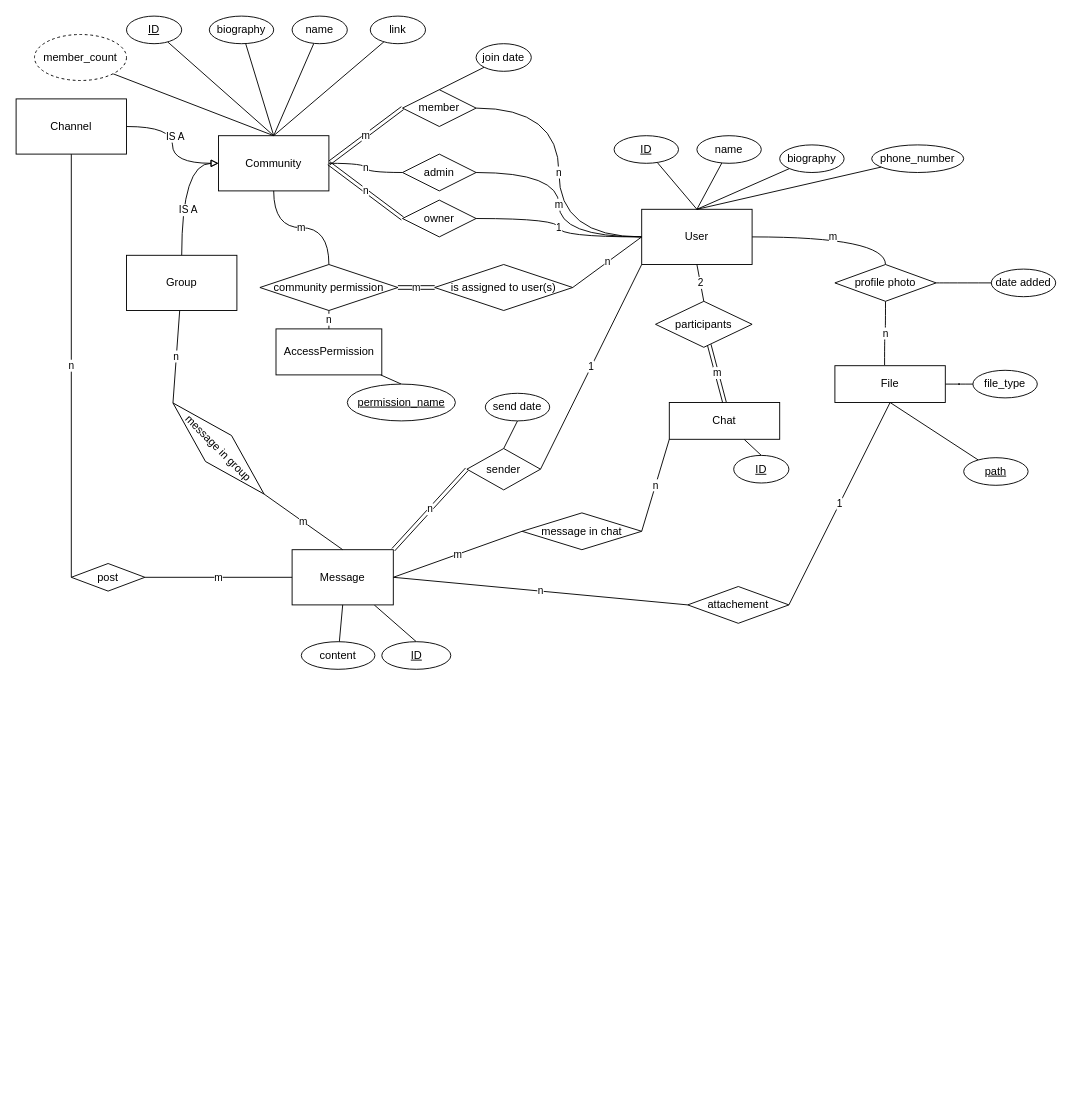
Earlier version of the draw.io diagram ER.drawio (MohsenDehghankar/db-project). Source tidied: cells renumbered, new cells numbered last; positions are measured from the earlier drawing's top-left corner, leaving out a move shared by most shapes. Both pictures are drawn from the tidied source at 92%, with x=0, y=0 at pixel (16, 16).
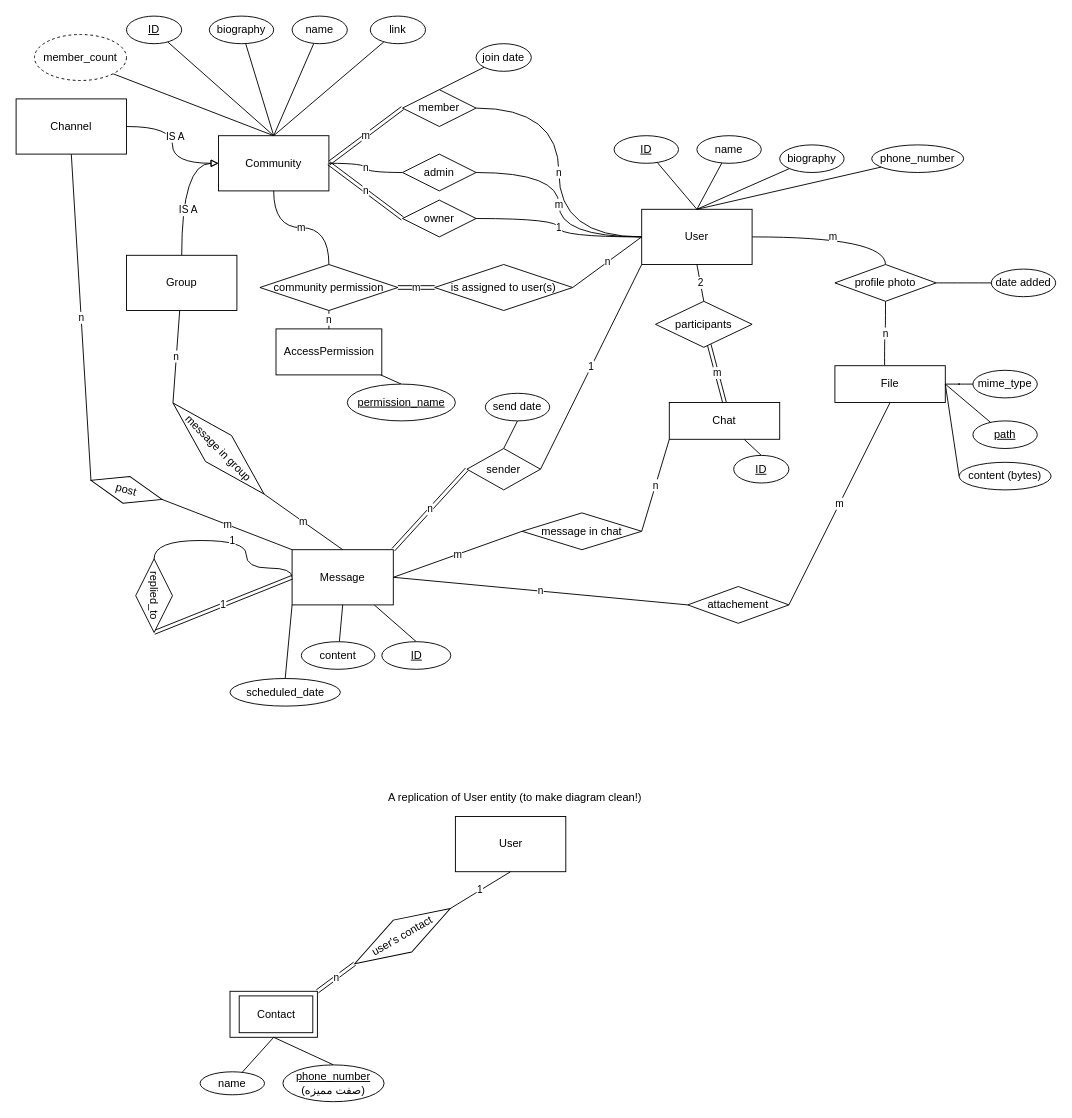
The same diagram, later.

Commit message:
mohsen finished

Unchanged cells that the change refers to:
```xml
<mxCell id="13" value="Message" style="rounded=0;whiteSpace=wrap;html=1;" parent="1" vertex="1">
  <mxGeometry x="300" y="580" width="110" height="60" as="geometry" />
</mxCell>
<mxCell id="18" value="File" style="rounded=0;whiteSpace=wrap;html=1;" parent="1" vertex="1">
  <mxGeometry x="890" y="380" width="120" height="40" as="geometry" />
</mxCell>
<mxCell id="74" value="attachement" style="rhombus;whiteSpace=wrap;html=1;" parent="1" vertex="1">
  <mxGeometry x="730" y="620" width="110" height="40" as="geometry" />
</mxCell>
```

Diff of the diagram source:
```diff
@@
+    <mxCell id="86" style="edgeStyle=none;jettySize=auto;html=1;exitX=0;exitY=1;exitDx=0;exitDy=0;entryX=0.5;entryY=0;entryDx=0;entryDy=0;startArrow=none;startFill=0;endArrow=none;endFill=0;strokeColor=#000000;" parent="1" edge="1" source="13" target="101">
+      <mxGeometry relative="1" as="geometry" />
+    </mxCell>
+    <mxCell id="87" value="1" style="edgeStyle=orthogonalEdgeStyle;jettySize=auto;html=1;exitX=0;exitY=0.5;exitDx=0;exitDy=0;entryX=0;entryY=0.5;entryDx=0;entryDy=0;startArrow=none;startFill=0;endArrow=none;endFill=0;strokeColor=#000000;curved=1;" parent="1" edge="1" source="13" target="103">
+      <mxGeometry relative="1" as="geometry">
+        <Array as="points">
+          <mxPoint x="300" y="600" />
+          <mxPoint x="250" y="600" />
+          <mxPoint x="250" y="570" />
+          <mxPoint x="150" y="570" />
+        </Array>
+      </mxGeometry>
+    </mxCell>
@@
-    <mxCell id="17" value="1" style="jettySize=auto;html=1;exitX=0.5;exitY=1;exitDx=0;exitDy=0;entryX=1;entryY=0.5;entryDx=0;entryDy=0;startArrow=none;startFill=0;endArrow=none;endFill=0;strokeColor=#000000;" parent="1" edge="1" source="18" target="74">
+    <mxCell id="17" value="m" style="jettySize=auto;html=1;exitX=0.5;exitY=1;exitDx=0;exitDy=0;entryX=1;entryY=0.5;entryDx=0;entryDy=0;startArrow=none;startFill=0;endArrow=none;endFill=0;strokeColor=#000000;" parent="1" edge="1" source="18" target="74">
       <mxGeometry relative="1" as="geometry" />
     </mxCell>
@@
-    <mxCell id="57" value="file_type" style="ellipse;whiteSpace=wrap;html=1;" parent="1" vertex="1">
+    <mxCell id="57" value="mime_type" style="ellipse;whiteSpace=wrap;html=1;" parent="1" vertex="1">
       <mxGeometry x="1040" y="385" width="70" height="30" as="geometry" />
     </mxCell>
-    <mxCell id="58" style="edgeStyle=none;jettySize=auto;html=1;entryX=0.5;entryY=1;entryDx=0;entryDy=0;startArrow=none;startFill=0;endArrow=none;endFill=0;strokeColor=#000000;" parent="1" edge="1" source="59" target="18">
+    <mxCell id="58" style="edgeStyle=none;jettySize=auto;html=1;entryX=1;entryY=0.5;entryDx=0;entryDy=0;startArrow=none;startFill=0;endArrow=none;endFill=0;strokeColor=#000000;" parent="1" edge="1" source="59" target="18">
       <mxGeometry relative="1" as="geometry" />
     </mxCell>
     <mxCell id="59" value="&lt;u&gt;path&lt;/u&gt;" style="ellipse;whiteSpace=wrap;html=1;" parent="1" vertex="1">
-      <mxGeometry x="1030" y="480" width="70" height="30" as="geometry" />
+      <mxGeometry x="1040" y="440" width="70" height="30" as="geometry" />
     </mxCell>
@@
-    <mxCell id="75" value="m" style="edgeStyle=none;jettySize=auto;html=1;entryX=0;entryY=0.5;entryDx=0;entryDy=0;startArrow=none;startFill=0;endArrow=none;endFill=0;strokeColor=#000000;" parent="1" edge="1" source="76" target="13">
+    <mxCell id="75" value="m" style="edgeStyle=none;jettySize=auto;html=1;entryX=0;entryY=0;entryDx=0;entryDy=0;startArrow=none;startFill=0;endArrow=none;endFill=0;strokeColor=#000000;exitX=1;exitY=0.5;exitDx=0;exitDy=0;" parent="1" edge="1" source="76" target="13">
       <mxGeometry relative="1" as="geometry" />
     </mxCell>
-    <mxCell id="76" value="post" style="rhombus;whiteSpace=wrap;html=1;" parent="1" vertex="1">
-      <mxGeometry x="60" y="595" width="80" height="30" as="geometry" />
+    <mxCell id="76" value="post" style="rhombus;whiteSpace=wrap;html=1;rotation=15;" parent="1" vertex="1">
+      <mxGeometry x="80" y="500" width="80" height="30" as="geometry" />
     </mxCell>
@@
+    <mxCell id="88" value="User" style="rounded=0;whiteSpace=wrap;html=1;" parent="1" vertex="1">
+      <mxGeometry x="477.5" y="870" width="120" height="60" as="geometry" />
+    </mxCell>
+    <mxCell id="89" value="A replication of User entity (to make diagram clean!) " style="text;html=1;strokeColor=none;fillColor=none;align=center;verticalAlign=middle;whiteSpace=wrap;rounded=0;" parent="1" vertex="1">
+      <mxGeometry x="390" y="840" width="305" height="20" as="geometry" />
+    </mxCell>
+    <mxCell id="90" style="rounded=0;whiteSpace=wrap;html=1;strokeColor=#000000;" parent="1" vertex="1">
+      <mxGeometry x="232.5" y="1060" width="95" height="50" as="geometry" />
+    </mxCell>
+    <mxCell id="91" value="Contact" style="rounded=0;whiteSpace=wrap;html=1;strokeColor=#000000;" parent="1" vertex="1">
+      <mxGeometry x="242.5" y="1065" width="80" height="40" as="geometry" />
+    </mxCell>
+    <mxCell id="92" value="1" style="edgeStyle=none;jettySize=auto;html=1;exitX=1;exitY=0.5;exitDx=0;exitDy=0;entryX=0.5;entryY=1;entryDx=0;entryDy=0;startArrow=none;startFill=0;endArrow=none;endFill=0;strokeColor=#000000;" parent="1" edge="1" source="94" target="88">
+      <mxGeometry relative="1" as="geometry" />
+    </mxCell>
+    <mxCell id="93" value="n" style="edgeStyle=none;jettySize=auto;html=1;exitX=0;exitY=0.5;exitDx=0;exitDy=0;entryX=1;entryY=0;entryDx=0;entryDy=0;startArrow=none;startFill=0;endArrow=none;endFill=0;strokeColor=#000000;shape=link;" parent="1" edge="1" source="94" target="90">
+      <mxGeometry relative="1" as="geometry" />
+    </mxCell>
+    <mxCell id="94" value="user's contact" style="rhombus;whiteSpace=wrap;html=1;strokeColor=#000000;rotation=-30;" parent="1" vertex="1">
+      <mxGeometry x="360" y="980" width="120" height="40" as="geometry" />
+    </mxCell>
+    <mxCell id="95" style="edgeStyle=none;jettySize=auto;html=1;exitX=0.5;exitY=0;exitDx=0;exitDy=0;startArrow=none;startFill=0;endArrow=none;endFill=0;strokeColor=#000000;" parent="1" edge="1" source="96">
+      <mxGeometry relative="1" as="geometry">
+        <mxPoint x="280" y="1110" as="targetPoint" />
+      </mxGeometry>
+    </mxCell>
+    <mxCell id="96" value="&lt;u&gt;phone_number&lt;/u&gt; (صفت ممیزه)" style="ellipse;whiteSpace=wrap;html=1;strokeColor=#000000;" parent="1" vertex="1">
+      <mxGeometry x="290" y="1140" width="110" height="40" as="geometry" />
+    </mxCell>
+    <mxCell id="97" style="edgeStyle=none;jettySize=auto;html=1;entryX=0.5;entryY=1;entryDx=0;entryDy=0;startArrow=none;startFill=0;endArrow=none;endFill=0;strokeColor=#000000;" parent="1" edge="1" source="98" target="90">
+      <mxGeometry relative="1" as="geometry" />
+    </mxCell>
+    <mxCell id="98" value="name" style="ellipse;whiteSpace=wrap;html=1;strokeColor=#000000;" parent="1" vertex="1">
+      <mxGeometry x="200" y="1147.5" width="70" height="25" as="geometry" />
+    </mxCell>
+    <mxCell id="99" style="edgeStyle=none;jettySize=auto;html=1;exitX=0;exitY=0.5;exitDx=0;exitDy=0;entryX=1;entryY=0.5;entryDx=0;entryDy=0;startArrow=none;startFill=0;endArrow=none;endFill=0;strokeColor=#000000;" parent="1" edge="1" source="100" target="18">
+      <mxGeometry relative="1" as="geometry" />
+    </mxCell>
+    <mxCell id="100" value="content (bytes)" style="ellipse;whiteSpace=wrap;html=1;" parent="1" vertex="1">
+      <mxGeometry x="1025" y="485" width="100" height="30" as="geometry" />
+    </mxCell>
+    <mxCell id="101" value="scheduled_date" style="ellipse;whiteSpace=wrap;html=1;" parent="1" vertex="1">
+      <mxGeometry x="232.5" y="720" width="120" height="30" as="geometry" />
+    </mxCell>
+    <mxCell id="102" value="1" style="jettySize=auto;html=1;exitX=1;exitY=0.5;exitDx=0;exitDy=0;entryX=0;entryY=0.5;entryDx=0;entryDy=0;startArrow=none;startFill=0;endArrow=none;endFill=0;strokeColor=#000000;shape=link;" parent="1" edge="1" source="103" target="13">
+      <mxGeometry relative="1" as="geometry" />
+    </mxCell>
+    <mxCell id="103" value="replied_to" style="rhombus;whiteSpace=wrap;html=1;strokeColor=#000000;rotation=90;" parent="1" vertex="1">
+      <mxGeometry x="110" y="610" width="80" height="40" as="geometry" />
+    </mxCell>
```
